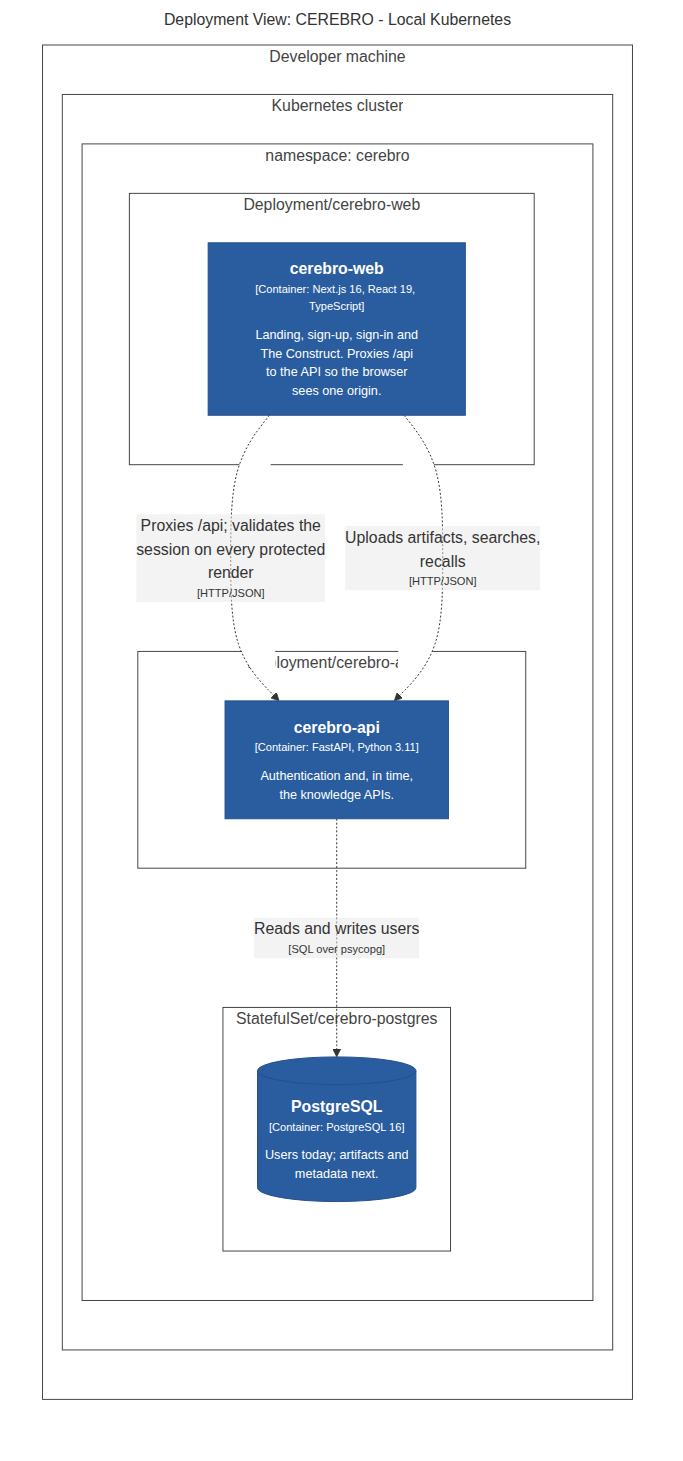
dizonj-lab/cerebro keeps this Mermaid diagram as architecture/diagrams/Deployment.png. Above is the earlier version. Its source is kept beside it as architecture/diagrams/Deployment.mmd.
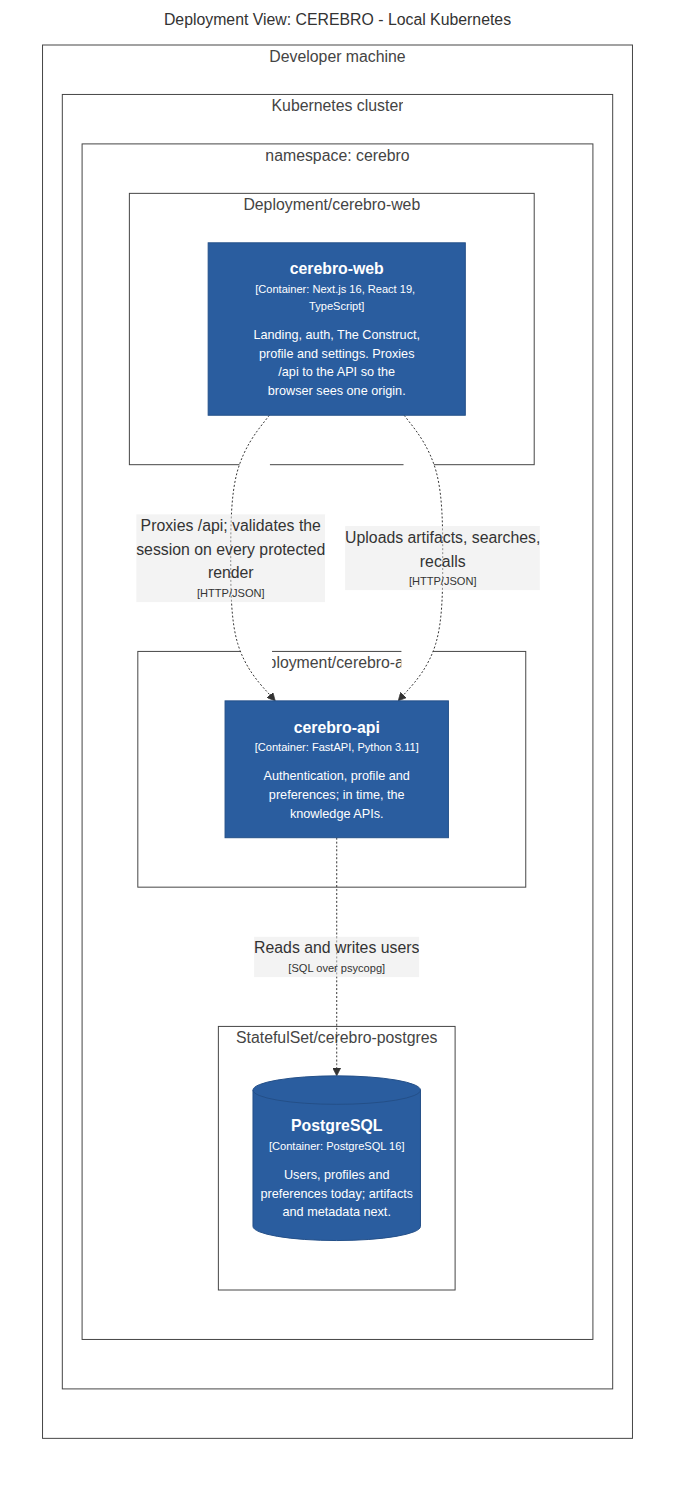
After the change.

The edit, as a diff of the source:
```diff
@@ -4,34 +4,34 @@
   subgraph diagram ["Deployment View: CEREBRO - Local Kubernetes"]
     style diagram fill:#ffffff,stroke:#ffffff
 
-    subgraph 44 ["Developer machine"]
-      style 44 fill:#ffffff,stroke:#444444,color:#444444
+    subgraph 52 ["Developer machine"]
+      style 52 fill:#ffffff,stroke:#444444,color:#444444
 
-      subgraph 45 ["Kubernetes cluster"]
-        style 45 fill:#ffffff,stroke:#444444,color:#444444
+      subgraph 53 ["Kubernetes cluster"]
+        style 53 fill:#ffffff,stroke:#444444,color:#444444
 
-        subgraph 46 ["namespace: cerebro"]
-          style 46 fill:#ffffff,stroke:#444444,color:#444444
+        subgraph 54 ["namespace: cerebro"]
+          style 54 fill:#ffffff,stroke:#444444,color:#444444
 
-          subgraph 47 ["Deployment/cerebro-web"]
-            style 47 fill:#ffffff,stroke:#444444,color:#444444
+          subgraph 55 ["Deployment/cerebro-web"]
+            style 55 fill:#ffffff,stroke:#444444,color:#444444
 
-            48["<div style='font-weight: bold'>cerebro-web</div><div style='font-size: 70%; margin-top: 0px'>[Container: Next.js 16, React 19, TypeScript]</div><div style='font-size: 80%; margin-top:10px'>Landing, sign-up, sign-in and<br />The Construct. Proxies /api<br />to the API so the browser<br />sees one origin.</div>"]
-            style 48 fill:#2a5d9f,stroke:#234f88,color:#ffffff
+            56["<div style='font-weight: bold'>cerebro-web</div><div style='font-size: 70%; margin-top: 0px'>[Container: Next.js 16, React 19, TypeScript]</div><div style='font-size: 80%; margin-top:10px'>Landing, auth, The Construct,<br />profile and settings. Proxies<br />/api to the API so the<br />browser sees one origin.</div>"]
+            style 56 fill:#2a5d9f,stroke:#234f88,color:#ffffff
           end
 
-          subgraph 49 ["Deployment/cerebro-api"]
-            style 49 fill:#ffffff,stroke:#444444,color:#444444
+          subgraph 57 ["Deployment/cerebro-api"]
+            style 57 fill:#ffffff,stroke:#444444,color:#444444
 
-            50["<div style='font-weight: bold'>cerebro-api</div><div style='font-size: 70%; margin-top: 0px'>[Container: FastAPI, Python 3.11]</div><div style='font-size: 80%; margin-top:10px'>Authentication and, in time,<br />the knowledge APIs.</div>"]
-            style 50 fill:#2a5d9f,stroke:#234f88,color:#ffffff
+            58["<div style='font-weight: bold'>cerebro-api</div><div style='font-size: 70%; margin-top: 0px'>[Container: FastAPI, Python 3.11]</div><div style='font-size: 80%; margin-top:10px'>Authentication, profile and<br />preferences; in time, the<br />knowledge APIs.</div>"]
+            style 58 fill:#2a5d9f,stroke:#234f88,color:#ffffff
           end
 
-          subgraph 53 ["StatefulSet/cerebro-postgres"]
-            style 53 fill:#ffffff,stroke:#444444,color:#444444
+          subgraph 61 ["StatefulSet/cerebro-postgres"]
+            style 61 fill:#ffffff,stroke:#444444,color:#444444
 
-            54[("<div style='font-weight: bold'>PostgreSQL</div><div style='font-size: 70%; margin-top: 0px'>[Container: PostgreSQL 16]</div><div style='font-size: 80%; margin-top:10px'>Users today; artifacts and<br />metadata next.</div>")]
-            style 54 fill:#2a5d9f,stroke:#234f88,color:#ffffff
+            62[("<div style='font-weight: bold'>PostgreSQL</div><div style='font-size: 70%; margin-top: 0px'>[Container: PostgreSQL 16]</div><div style='font-size: 80%; margin-top:10px'>Users, profiles and<br />preferences today; artifacts<br />and metadata next.</div>")]
+            style 62 fill:#2a5d9f,stroke:#234f88,color:#ffffff
           end
 
         end
@@ -40,8 +40,8 @@
 
     end
 
-    48-. "<div>Proxies /api; validates the<br />session on every protected<br />render</div><div style='font-size: 70%'>[HTTP/JSON]</div>" .->50
-    48-. "<div>Uploads artifacts, searches,<br />recalls</div><div style='font-size: 70%'>[HTTP/JSON]</div>" .->50
-    50-. "<div>Reads and writes users</div><div style='font-size: 70%'>[SQL over psycopg]</div>" .->54
+    56-. "<div>Proxies /api; validates the<br />session on every protected<br />render</div><div style='font-size: 70%'>[HTTP/JSON]</div>" .->58
+    56-. "<div>Uploads artifacts, searches,<br />recalls</div><div style='font-size: 70%'>[HTTP/JSON]</div>" .->58
+    58-. "<div>Reads and writes users</div><div style='font-size: 70%'>[SQL over psycopg]</div>" .->62
 
   end
```
